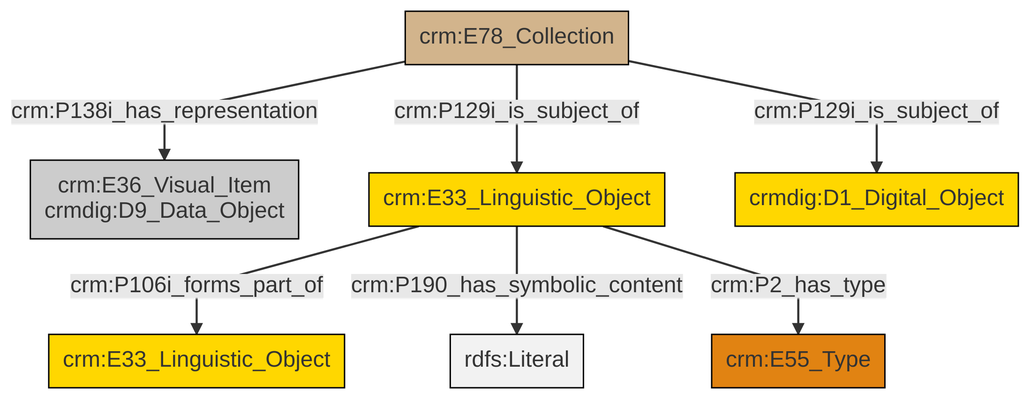
Above: et/archivalCSV/ttl/mmd/png/archival_docs.png in swiss-art-research-net/docs.swissartresearch (Mermaid), before the change. Its source is kept beside it as et/archivalCSV/ttl/mmd/archival_docs.ttl.mmd.
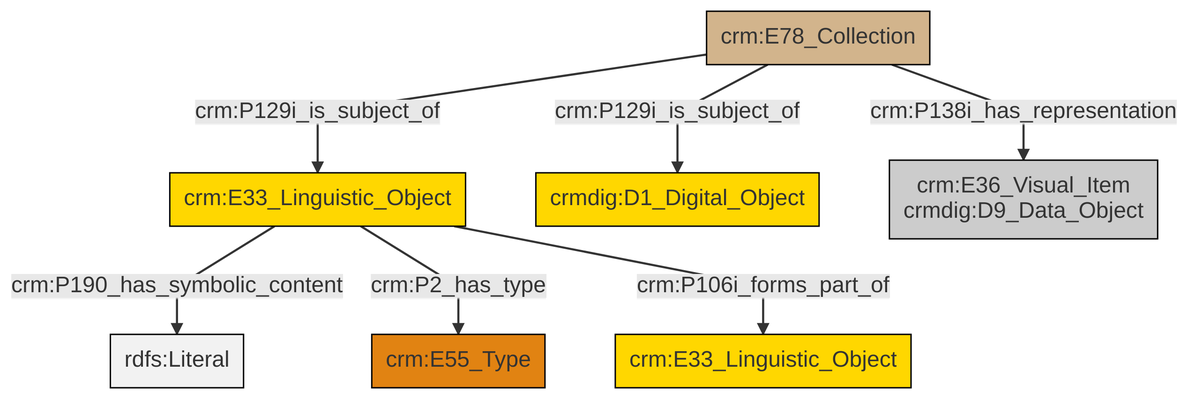
Later version of the same file.

Diff of the diagram source:
```diff
@@ -13,9 +13,9 @@
 classDef PC_Classes fill:#4ce600, stroke:#000000;
 classDef Multi fill:#cccccc,stroke:#000000;
 
-4["crm:E78_Collection"]:::Physical_Thing -->|crm:P138i_has_representation| 0["crm:E36_Visual_Item<br>crmdig:D9_Data_Object"]:::Multi
-2["crm:E33_Linguistic_Object"]:::Conceptual_Object -->|crm:P106i_forms_part_of| 5["crm:E33_Linguistic_Object"]:::Conceptual_Object
-4["crm:E78_Collection"]:::Physical_Thing -->|crm:P129i_is_subject_of| 8["crmdig:D1_Digital_Object"]:::Conceptual_Object
-2["crm:E33_Linguistic_Object"]:::Conceptual_Object -->|crm:P190_has_symbolic_content| 9[rdfs:Literal]:::Literal
-4["crm:E78_Collection"]:::Physical_Thing -->|crm:P129i_is_subject_of| 2["crm:E33_Linguistic_Object"]:::Conceptual_Object
-2["crm:E33_Linguistic_Object"]:::Conceptual_Object -->|crm:P2_has_type| 10["crm:E55_Type"]:::Type
+4["crm:E33_Linguistic_Object"]:::Conceptual_Object -->|crm:P190_has_symbolic_content| 5[rdfs:Literal]:::Literal
+0["crm:E78_Collection"]:::Physical_Thing -->|crm:P129i_is_subject_of| 6["crmdig:D1_Digital_Object"]:::Conceptual_Object
+4["crm:E33_Linguistic_Object"]:::Conceptual_Object -->|crm:P2_has_type| 2["crm:E55_Type"]:::Type
+4["crm:E33_Linguistic_Object"]:::Conceptual_Object -->|crm:P106i_forms_part_of| 8["crm:E33_Linguistic_Object"]:::Conceptual_Object
+0["crm:E78_Collection"]:::Physical_Thing -->|crm:P138i_has_representation| 10["crm:E36_Visual_Item<br>crmdig:D9_Data_Object"]:::Multi
+0["crm:E78_Collection"]:::Physical_Thing -->|crm:P129i_is_subject_of| 4["crm:E33_Linguistic_Object"]:::Conceptual_Object
```
